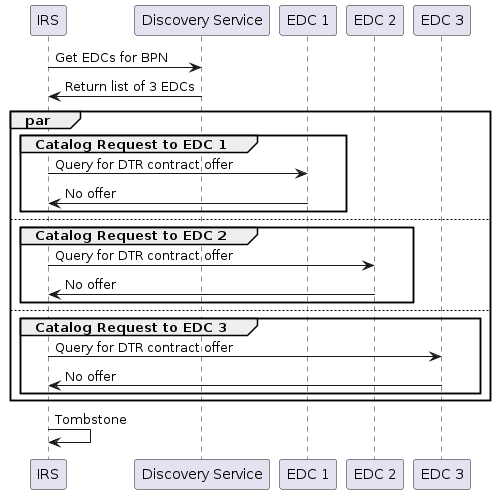
Above: docs/assets/arc42/arc42_045.png in eclipse-tractusx/item-relationship-service (PlantUML), before the change.
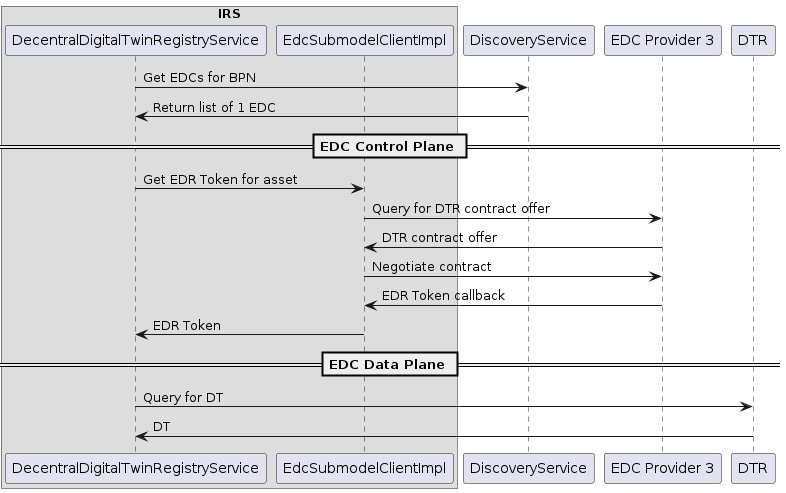
The same file after the commit.

Diff of the diagram source:
```diff
@@ -1,34 +1,30 @@
 @startuml
-participant IRS
-participant "Discovery Service" as DiscoveryService
 
-participant "EDC 1" as EDCProvider1
-participant "EDC 2" as EDCProvider2
-participant "EDC 3" as EDCProvider3
+box IRS
+    participant DecentralDigitalTwinRegistryService as DTRS
+    participant EdcSubmodelClientImpl as EdcClient
+end box
 
-IRS -> DiscoveryService: Get EDCs for BPN
-DiscoveryService -> IRS: Return list of 3 EDCs
+participant DiscoveryService
+participant "EDC Provider 3" as EDCProvider3
+participant DTR
 
-par
-    group Catalog Request to EDC 1
-        IRS -> EDCProvider1: Query for DTR contract offer
-        EDCProvider1 -> IRS: No offer
-    end
+DTRS -> DiscoveryService: Get EDCs for BPN
+DiscoveryService -> DTRS: Return list of 1 EDC
 
-    else
+==  EDC Control Plane ==
 
-    group Catalog Request to EDC 2
-        IRS -> EDCProvider2: Query for DTR contract offer
-        EDCProvider2 -> IRS: No offer
-    end
+DTRS -> EdcClient: Get EDR Token for asset
+EdcClient -> EDCProvider3: Query for DTR contract offer
+EDCProvider3 -> EdcClient: DTR contract offer
+EdcClient -> EDCProvider3: Negotiate contract
 
-    else
+EDCProvider3 -> EdcClient: EDR Token callback
+EdcClient -> DTRS: EDR Token
 
-    group Catalog Request to EDC 3
-        IRS -> EDCProvider3: Query for DTR contract offer
-        EDCProvider3 -> IRS: No offer
-    end
-end
+==  EDC Data Plane ==
 
-IRS -> IRS: Tombstone
+DTRS -> DTR: Query for DT
+DTR -> DTRS: DT
+
 @enduml
```
